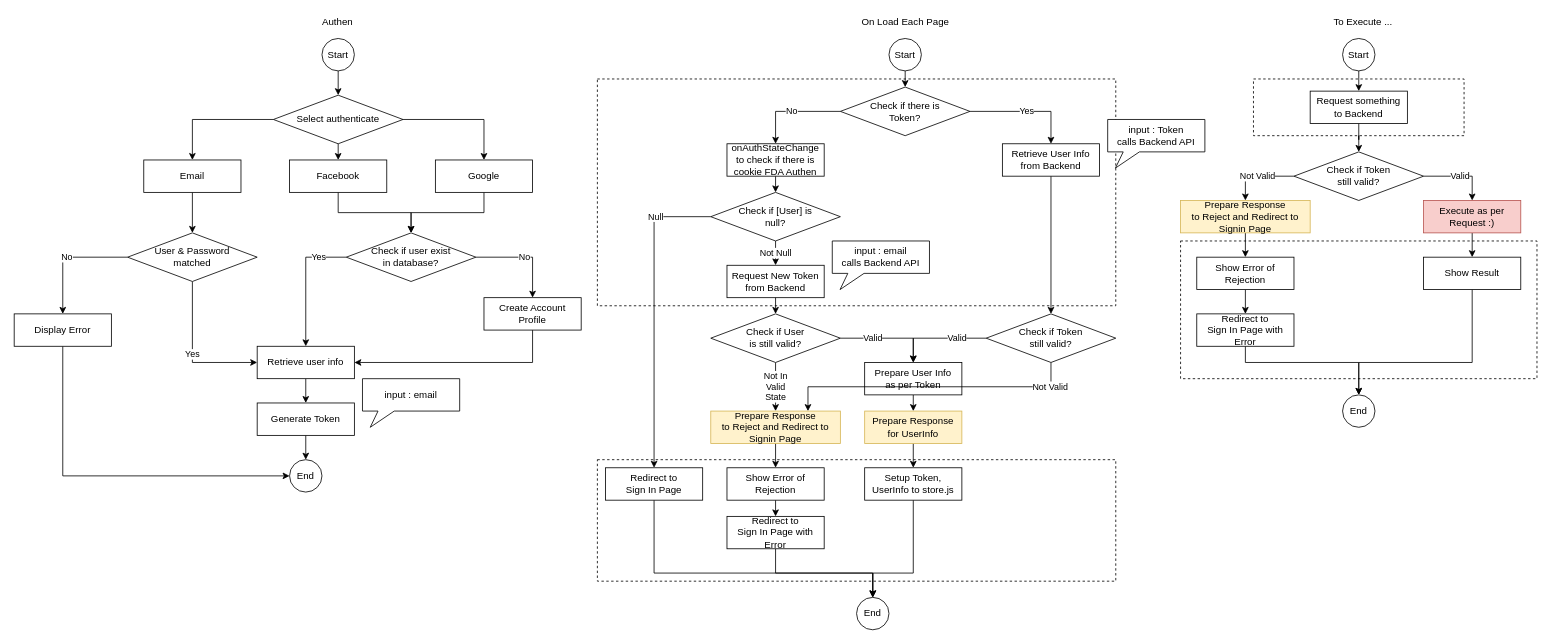
The draw.io diagram page "Flow" (5 of 5) of Untitled Diagram.drawio in clazclaz/demo_git, before the edit. Source tidied: cells renumbered, new cells numbered last; positions are measured from the earlier drawing's top-left corner, leaving out a move shared by most shapes. Both pictures are drawn from the tidied source at 81%, with x=0, y=0 at pixel (14, 14).
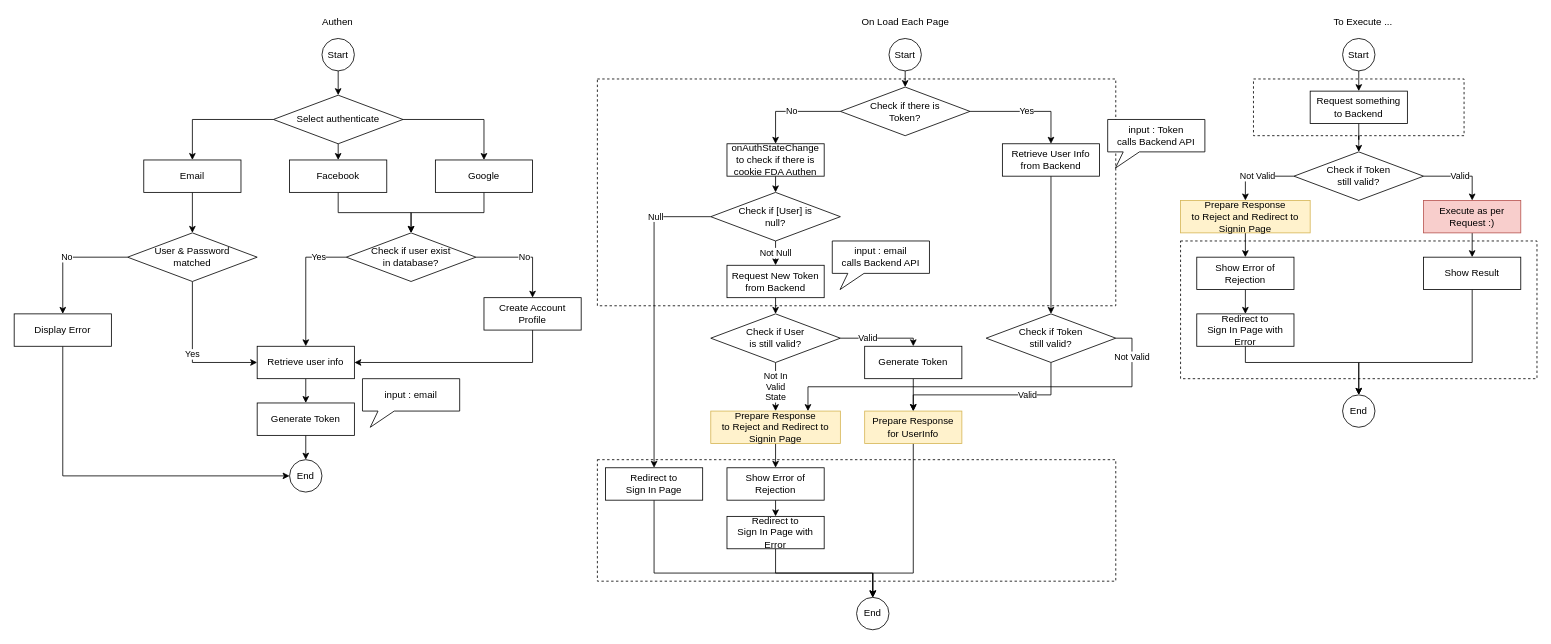
The same page after the edit.

Unchanged cells that the change refers to:
```xml
<mxCell id="51" value="End" style="ellipse;whiteSpace=wrap;html=1;" parent="1" vertex="1">
  <mxGeometry x="1040" y="720" width="40" height="40" as="geometry" />
</mxCell>
<mxCell id="53" value="Prepare Response&lt;br&gt;for UserInfo" style="rounded=0;whiteSpace=wrap;html=1;fillColor=#fff2cc;strokeColor=#d6b656;" parent="1" vertex="1">
  <mxGeometry x="1050" y="490" width="120" height="40" as="geometry" />
</mxCell>
<mxCell id="60" value="Check if User&lt;br&gt;is&amp;nbsp;still valid?" style="rhombus;whiteSpace=wrap;html=1;" parent="1" vertex="1">
  <mxGeometry x="860" y="370" width="160" height="60" as="geometry" />
</mxCell>
<mxCell id="62" value="Prepare Response&lt;br&gt;to Reject and Redirect to Signin Page" style="rounded=0;whiteSpace=wrap;html=1;fillColor=#fff2cc;strokeColor=#d6b656;" parent="1" vertex="1">
  <mxGeometry x="860" y="490" width="160" height="40" as="geometry" />
</mxCell>
<mxCell id="70" value="Check if Token&lt;br&gt;still valid?" style="rhombus;whiteSpace=wrap;html=1;" parent="1" vertex="1">
  <mxGeometry x="1200" y="370" width="160" height="60" as="geometry" />
</mxCell>
```

Change to the diagram source:
```diff
@@
-    <mxCell id="52" style="edgeStyle=orthogonalEdgeStyle;rounded=0;jettySize=auto;html=1;exitX=0.5;exitY=1;exitDx=0;exitDy=0;entryX=0.5;entryY=0;entryDx=0;entryDy=0;" parent="1" edge="1" source="53" target="65">
-      <mxGeometry relative="1" as="geometry" />
+    <mxCell id="52" style="edgeStyle=orthogonalEdgeStyle;rounded=0;jettySize=auto;html=1;exitX=0.5;exitY=1;exitDx=0;exitDy=0;" parent="1" edge="1" source="53">
+      <mxGeometry relative="1" as="geometry">
+        <mxPoint x="1060" y="720" as="targetPoint" />
+        <Array as="points">
+          <mxPoint x="1110" y="690" />
+          <mxPoint x="1060" y="690" />
+        </Array>
+      </mxGeometry>
     </mxCell>
@@
-    <mxCell id="56" style="edgeStyle=orthogonalEdgeStyle;rounded=0;jettySize=auto;html=1;exitX=0.5;exitY=1;exitDx=0;exitDy=0;entryX=0.5;entryY=0;entryDx=0;entryDy=0;" parent="1" edge="1" source="57" target="53">
-      <mxGeometry relative="1" as="geometry" />
-    </mxCell>
-    <mxCell id="57" value="Prepare User Info&lt;br&gt;as per Token" style="rounded=0;whiteSpace=wrap;html=1;" parent="1" vertex="1">
-      <mxGeometry x="1050" y="430" width="120" height="40" as="geometry" />
-    </mxCell>
@@
-    <mxCell id="59" value="Valid" style="edgeStyle=orthogonalEdgeStyle;rounded=0;jettySize=auto;html=1;exitX=1;exitY=0.5;exitDx=0;exitDy=0;entryX=0.5;entryY=0;entryDx=0;entryDy=0;" parent="1" edge="1" source="60" target="57">
+    <mxCell id="59" value="Valid" style="edgeStyle=orthogonalEdgeStyle;rounded=0;jettySize=auto;html=1;exitX=1;exitY=0.5;exitDx=0;exitDy=0;entryX=0.5;entryY=0;entryDx=0;entryDy=0;" parent="1" edge="1" source="60" target="93">
       <mxGeometry x="-0.33" relative="1" as="geometry">
         <Array as="points">
           <mxPoint x="1110" y="400" />
         </Array>
       </mxGeometry>
     </mxCell>
@@
-    <mxCell id="64" style="edgeStyle=orthogonalEdgeStyle;rounded=0;jettySize=auto;html=1;exitX=0.5;exitY=1;exitDx=0;exitDy=0;entryX=0.5;entryY=0;entryDx=0;entryDy=0;" parent="1" edge="1" source="65" target="51">
-      <mxGeometry relative="1" as="geometry">
-        <Array as="points">
-          <mxPoint x="1110" y="690" />
-          <mxPoint x="1060" y="690" />
-        </Array>
-      </mxGeometry>
-    </mxCell>
-    <mxCell id="65" value="Setup Token, UserInfo to store.js" style="rounded=0;whiteSpace=wrap;html=1;" parent="1" vertex="1">
-      <mxGeometry x="1050" y="560" width="120" height="40" as="geometry" />
-    </mxCell>
@@
-    <mxCell id="68" value="Valid" style="edgeStyle=orthogonalEdgeStyle;rounded=0;jettySize=auto;html=1;exitX=0;exitY=0.5;exitDx=0;exitDy=0;entryX=0.5;entryY=0;entryDx=0;entryDy=0;" parent="1" edge="1" source="70" target="57">
-      <mxGeometry x="-0.4" relative="1" as="geometry" />
+    <mxCell id="68" value="Valid" style="edgeStyle=orthogonalEdgeStyle;rounded=0;jettySize=auto;html=1;exitX=0.5;exitY=1;exitDx=0;exitDy=0;entryX=0.5;entryY=0;entryDx=0;entryDy=0;" parent="1" edge="1" source="70" target="53">
+      <mxGeometry x="-0.4" relative="1" as="geometry">
+        <Array as="points">
+          <mxPoint x="1280" y="470" />
+          <mxPoint x="1110" y="470" />
+        </Array>
+      </mxGeometry>
     </mxCell>
-    <mxCell id="69" value="Not Valid" style="edgeStyle=orthogonalEdgeStyle;rounded=0;jettySize=auto;html=1;exitX=0.5;exitY=1;exitDx=0;exitDy=0;entryX=0.75;entryY=0;entryDx=0;entryDy=0;" parent="1" edge="1" source="70" target="62">
+    <mxCell id="69" value="Not Valid" style="edgeStyle=orthogonalEdgeStyle;rounded=0;jettySize=auto;html=1;exitX=1;exitY=0.5;exitDx=0;exitDy=0;entryX=0.75;entryY=0;entryDx=0;entryDy=0;" parent="1" edge="1" source="70" target="62">
       <mxGeometry x="-0.83" relative="1" as="geometry" />
     </mxCell>
@@
+    <mxCell id="92" style="edgeStyle=orthogonalEdgeStyle;rounded=0;jettySize=auto;html=1;exitX=0.5;exitY=1;exitDx=0;exitDy=0;entryX=0.5;entryY=0;entryDx=0;entryDy=0;" parent="1" edge="1" source="93" target="53">
+      <mxGeometry relative="1" as="geometry" />
+    </mxCell>
+    <mxCell id="93" value="Generate Token" style="rounded=0;whiteSpace=wrap;html=1;" parent="1" vertex="1">
+      <mxGeometry x="1050" y="410" width="120" height="40" as="geometry" />
+    </mxCell>
```
